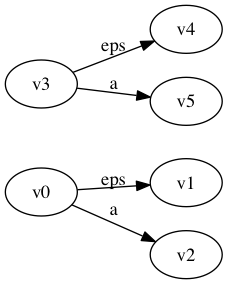
Above: cfg.dot.png in sdierauf/automata-and-languages-lab2 (Graphviz), before the change. Its source is kept beside it as cfg.dot.
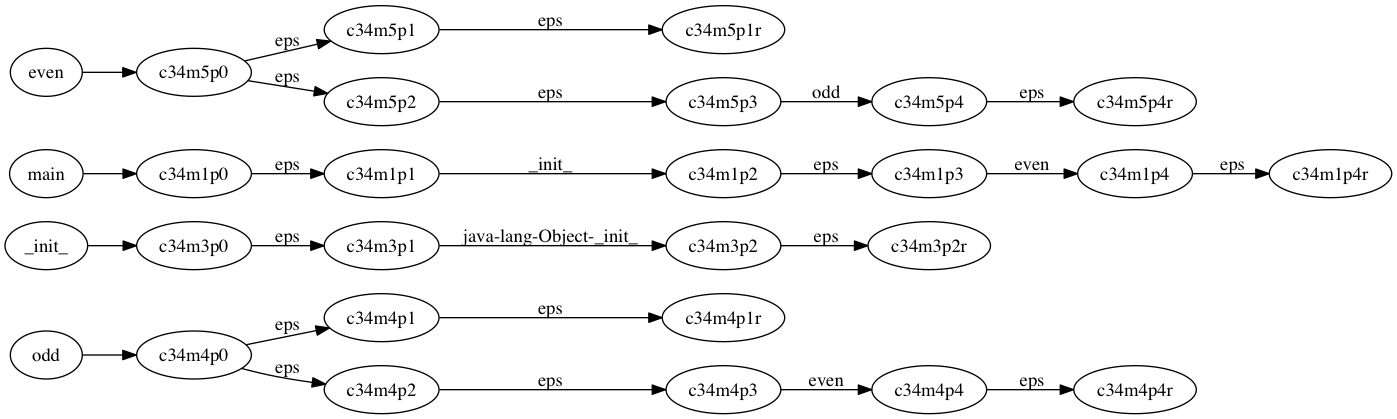
Later version of the same file.

What changed in the source:
```diff
@@ -1,7 +1,27 @@
 digraph finite_state_machine {
 	rankdir=LR;
-	v0 -> v1 [ label = "eps"];
-	v0 -> v2 [ label = "a"];
-	v3 -> v4 [ label = "eps"];
-	v3 -> v5 [ label = "a"];
+	odd ->  c34m4p0;
+	c34m4p0 -> c34m4p1 [ label = "eps"];
+	c34m4p0 -> c34m4p2 [ label = "eps"];
+	c34m4p1 -> c34m4p1r [ label = "eps"];
+	c34m4p2 -> c34m4p3 [ label = "eps"];
+	c34m4p3 -> c34m4p4 [ label = "even"];
+	c34m4p4 -> c34m4p4r [ label = "eps"];
+	_init_ ->  c34m3p0;
+	c34m3p0 -> c34m3p1 [ label = "eps"];
+	c34m3p1 -> c34m3p2 [ label = "java-lang-Object-_init_"];
+	c34m3p2 -> c34m3p2r [ label = "eps"];
+	main ->  c34m1p0;
+	c34m1p0 -> c34m1p1 [ label = "eps"];
+	c34m1p1 -> c34m1p2 [ label = "_init_"];
+	c34m1p2 -> c34m1p3 [ label = "eps"];
+	c34m1p3 -> c34m1p4 [ label = "even"];
+	c34m1p4 -> c34m1p4r [ label = "eps"];
+	even ->  c34m5p0;
+	c34m5p0 -> c34m5p1 [ label = "eps"];
+	c34m5p0 -> c34m5p2 [ label = "eps"];
+	c34m5p1 -> c34m5p1r [ label = "eps"];
+	c34m5p2 -> c34m5p3 [ label = "eps"];
+	c34m5p3 -> c34m5p4 [ label = "odd"];
+	c34m5p4 -> c34m5p4r [ label = "eps"];
 }
```
